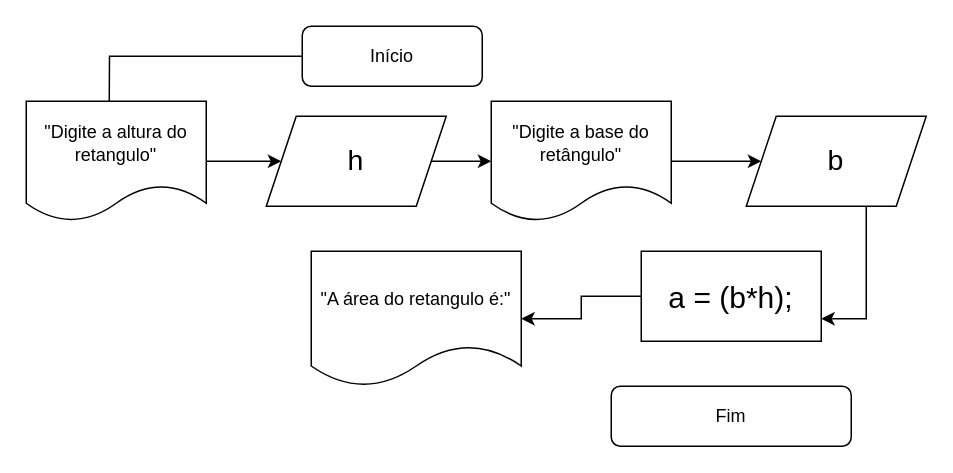
Before: Untitled Diagram.drawio in Adair023/Logic-Beginnig-, a draw.io diagram. Source tidied: cells renumbered, new cells numbered last; positions are measured from the earlier drawing's top-left corner, leaving out a move shared by most shapes. Both pictures are drawn from the tidied source at 150%, with x=0, y=0 at pixel (26, 26).
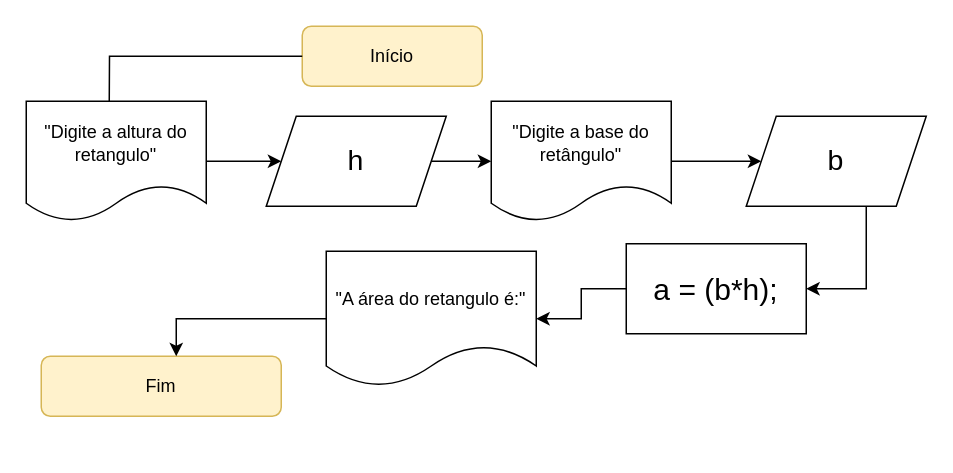
The same diagram, later.

Unchanged cells that the change refers to:
```xml
<mxCell id="12" value="&lt;font style=&quot;font-size: 19px&quot;&gt;b&lt;/font&gt;" style="shape=parallelogram;perimeter=parallelogramPerimeter;whiteSpace=wrap;html=1;fixedSize=1;" parent="1" vertex="1">
  <mxGeometry x="480" y="60" width="120" height="60" as="geometry" />
</mxCell>
```

The edit, as a diff of the source:
```diff
@@
-    <mxCell id="2" value="Início" style="rounded=1;whiteSpace=wrap;html=1;fontSize=12;glass=0;strokeWidth=1;shadow=0;" parent="1" vertex="1">
+    <mxCell id="2" value="Início" style="rounded=1;whiteSpace=wrap;html=1;fontSize=12;glass=0;strokeWidth=1;shadow=0;fillColor=#fff2cc;strokeColor=#d6b656;" parent="1" vertex="1">
       <mxGeometry x="184" width="120" height="40" as="geometry" />
     </mxCell>
-    <mxCell id="3" value="Fim" style="rounded=1;whiteSpace=wrap;html=1;fontSize=12;glass=0;strokeWidth=1;shadow=0;" parent="1" vertex="1">
-      <mxGeometry x="390" y="240" width="160" height="40" as="geometry" />
+    <mxCell id="3" value="Fim" style="rounded=1;whiteSpace=wrap;html=1;fontSize=12;glass=0;strokeWidth=1;shadow=0;fillColor=#fff2cc;strokeColor=#d6b656;" parent="1" vertex="1">
+      <mxGeometry x="10" y="220" width="160" height="40" as="geometry" />
     </mxCell>
@@
     <mxCell id="11" style="edgeStyle=orthogonalEdgeStyle;rounded=0;jettySize=auto;html=1;" parent="1" edge="1" source="12" target="14">
       <mxGeometry relative="1" as="geometry">
         <Array as="points">
-          <mxPoint x="560" y="195" />
+          <mxPoint x="560" y="175" />
         </Array>
       </mxGeometry>
     </mxCell>
@@
     <mxCell id="14" value="&lt;font style=&quot;font-size: 20px&quot;&gt;a = (b*h);&lt;/font&gt;" style="whiteSpace=wrap;html=1;" parent="1" vertex="1">
-      <mxGeometry x="410" y="150" width="120" height="60" as="geometry" />
+      <mxGeometry x="400" y="145" width="120" height="60" as="geometry" />
     </mxCell>
+    <mxCell id="16" style="edgeStyle=orthogonalEdgeStyle;rounded=0;jettySize=auto;html=1;" parent="1" edge="1" source="15" target="3">
+      <mxGeometry relative="1" as="geometry">
+        <Array as="points">
+          <mxPoint x="100" y="195" />
+        </Array>
+      </mxGeometry>
+    </mxCell>
     <mxCell id="15" value="&quot;A área do retangulo é:&quot;" style="shape=document;whiteSpace=wrap;html=1;boundedLbl=1;" parent="1" vertex="1">
-      <mxGeometry x="190" y="150" width="140" height="90" as="geometry" />
+      <mxGeometry x="200" y="150" width="140" height="90" as="geometry" />
     </mxCell>
```
